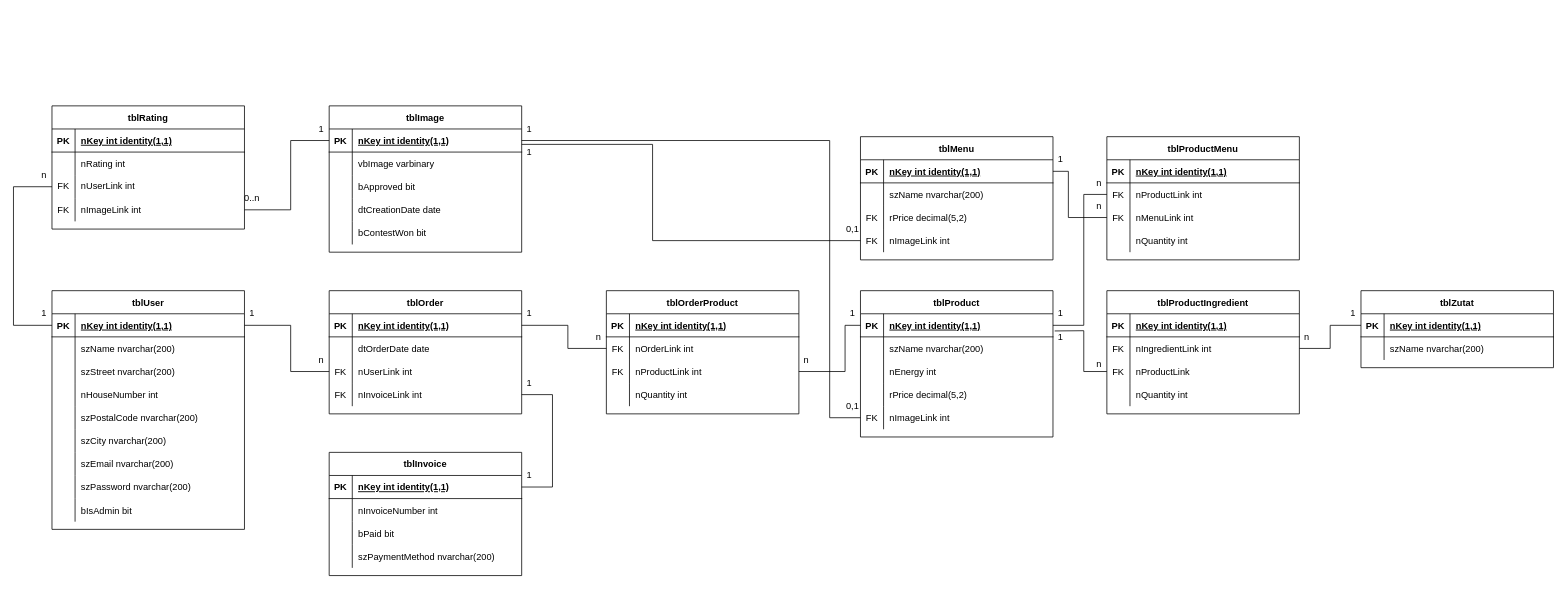
The draw.io diagram Docs/Zeichnungen/Logisches Modell.drawio in JonathanYildiz/CommitAndForget, before the edit. Source tidied: cells renumbered, new cells numbered last; positions are measured from the earlier drawing's top-left corner, leaving out a move shared by most shapes. Both pictures are drawn from the tidied source at 77%, with x=0, y=0 at pixel (13, 105).
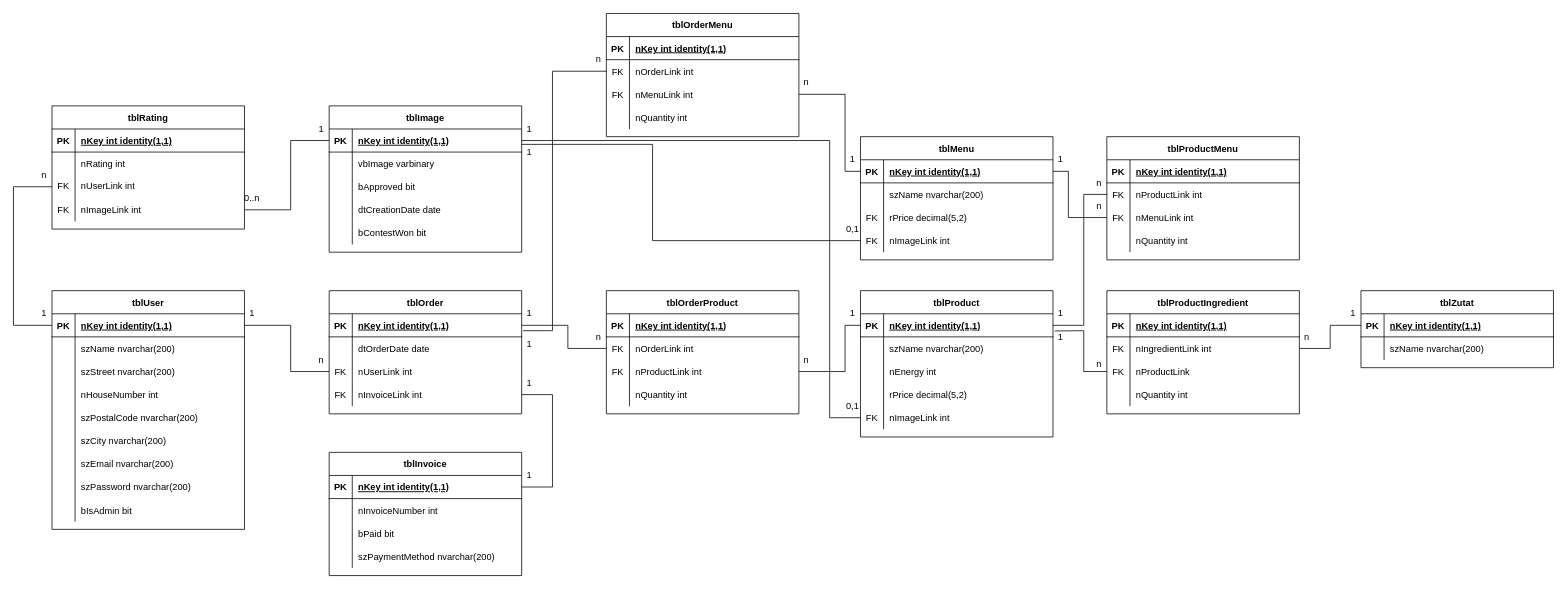
Above is the later version.

Commit message (it also covers changes not shown here):
Zwischentabelle OrderMenu in LogischesModell hinzugefügt

Unchanged cells that the change refers to:
```xml
<mxCell id="66" style="shape=partialRectangle;fillColor=none;points=[[0,0.5],[1,0.5]];portConstraint=eastwest;top=0;left=0;right=0;bottom=1;" parent="65" vertex="1">
  <mxGeometry y="30" width="250" height="30" as="geometry" />
</mxCell>
<mxCell id="152" style="shape=partialRectangle;fillColor=none;points=[[0,0.5],[1,0.5]];portConstraint=eastwest;top=0;left=0;right=0;bottom=1;" parent="151" vertex="1">
  <mxGeometry y="30" width="250" height="30" as="geometry" />
</mxCell>
```

The edit, as a diff of the source:
```diff
@@
+    <mxCell id="196" value="tblOrderMenu" style="shape=table;startSize=30;childLayout=tableLayout;rowLines=0;fontStyle=1;align=center;" parent="1" vertex="1">
+      <mxGeometry x="770" y="-120" width="250" height="160" as="geometry" />
+    </mxCell>
+    <mxCell id="197" style="shape=partialRectangle;fillColor=none;top=0;left=0;right=0;bottom=1;" parent="196" vertex="1">
+      <mxGeometry y="30" width="250" height="30" as="geometry" />
+    </mxCell>
+    <mxCell id="198" value="PK" style="shape=partialRectangle;overflow=hidden;fillColor=none;top=0;left=0;bottom=0;right=0;fontStyle=1;" parent="197" vertex="1">
+      <mxGeometry width="30" height="30" as="geometry" />
+    </mxCell>
+    <mxCell id="199" value="nKey int identity(1,1)" style="shape=partialRectangle;overflow=hidden;fillColor=none;top=0;left=0;bottom=0;right=0;align=left;spacingLeft=6;fontStyle=5;" parent="197" vertex="1">
+      <mxGeometry x="30" width="220" height="30" as="geometry" />
+    </mxCell>
+    <mxCell id="200" style="shape=partialRectangle;fillColor=none;points=[[0,0.5],[1,0.5]];portConstraint=eastwest;top=0;left=0;right=0;bottom=0;" parent="196" vertex="1">
+      <mxGeometry y="60" width="250" height="30" as="geometry" />
+    </mxCell>
+    <mxCell id="201" value="FK" style="shape=partialRectangle;overflow=hidden;fillColor=none;top=0;left=0;bottom=0;right=0;" parent="200" vertex="1">
+      <mxGeometry width="30" height="30" as="geometry" />
+    </mxCell>
+    <mxCell id="202" value="nOrderLink int" style="shape=partialRectangle;overflow=hidden;fillColor=none;top=0;left=0;bottom=0;right=0;align=left;spacingLeft=6;" parent="200" vertex="1">
+      <mxGeometry x="30" width="220" height="30" as="geometry" />
+    </mxCell>
+    <mxCell id="203" style="shape=partialRectangle;fillColor=none;points=[[0,0.5],[1,0.5]];portConstraint=eastwest;top=0;left=0;right=0;bottom=0;" parent="196" vertex="1">
+      <mxGeometry y="90" width="250" height="30" as="geometry" />
+    </mxCell>
+    <mxCell id="204" value="FK" style="shape=partialRectangle;overflow=hidden;fillColor=none;top=0;left=0;bottom=0;right=0;" parent="203" vertex="1">
+      <mxGeometry width="30" height="30" as="geometry" />
+    </mxCell>
+    <mxCell id="205" value="nMenuLink int" style="shape=partialRectangle;overflow=hidden;fillColor=none;top=0;left=0;bottom=0;right=0;align=left;spacingLeft=6;" parent="203" vertex="1">
+      <mxGeometry x="30" width="220" height="30" as="geometry" />
+    </mxCell>
+    <mxCell id="206" style="shape=tableRow;horizontal=0;startSize=0;swimlaneHead=0;swimlaneBody=0;fillColor=none;top=0;left=0;right=0;bottom=0;" parent="196" vertex="1">
+      <mxGeometry y="120" width="250" height="30" as="geometry" />
+    </mxCell>
+    <mxCell id="207" style="shape=partialRectangle;fillColor=none;top=0;left=0;bottom=0;right=0;overflow=hidden;" parent="206" vertex="1">
+      <mxGeometry width="30" height="30" as="geometry" />
+    </mxCell>
+    <mxCell id="208" value="nQuantity int" style="shape=partialRectangle;fillColor=none;top=0;left=0;bottom=0;right=0;align=left;spacingLeft=6;overflow=hidden;" parent="206" vertex="1">
+      <mxGeometry x="30" width="220" height="30" as="geometry" />
+    </mxCell>
+    <mxCell id="209" style="endArrow=none;html=1;rounded=0;entryX=1;entryY=0.5;entryDx=0;entryDy=0;exitX=0;exitY=0.5;exitDx=0;exitDy=0;" parent="1" edge="1" source="152" target="203">
+      <mxGeometry relative="1" as="geometry">
+        <Array as="points">
+          <mxPoint x="1080" y="85" />
+          <mxPoint x="1080" y="-15" />
+        </Array>
+      </mxGeometry>
+    </mxCell>
+    <mxCell id="210" value="1" style="text;html=1;align=center;verticalAlign=middle;whiteSpace=wrap;rounded=0;" parent="1" vertex="1">
+      <mxGeometry x="1080" y="60" width="20" height="20" as="geometry" />
+    </mxCell>
+    <mxCell id="211" value="n" style="text;html=1;align=center;verticalAlign=middle;whiteSpace=wrap;rounded=0;" parent="1" vertex="1">
+      <mxGeometry x="1020" y="-40" width="20" height="20" as="geometry" />
+    </mxCell>
+    <mxCell id="212" style="endArrow=none;html=1;rounded=0;entryX=0;entryY=0.5;entryDx=0;entryDy=0;exitX=1.007;exitY=0.733;exitDx=0;exitDy=0;exitPerimeter=0;" parent="1" edge="1" source="66" target="200">
+      <mxGeometry relative="1" as="geometry">
+        <Array as="points">
+          <mxPoint x="700" y="292" />
+          <mxPoint x="700" y="-45" />
+        </Array>
+      </mxGeometry>
+    </mxCell>
+    <mxCell id="213" value="n" style="text;html=1;align=center;verticalAlign=middle;whiteSpace=wrap;rounded=0;" parent="1" vertex="1">
+      <mxGeometry x="750" y="-70" width="20" height="20" as="geometry" />
+    </mxCell>
+    <mxCell id="214" value="1" style="text;html=1;align=center;verticalAlign=middle;whiteSpace=wrap;rounded=0;" parent="1" vertex="1">
+      <mxGeometry x="660" y="300" width="20" height="20" as="geometry" />
+    </mxCell>
```
